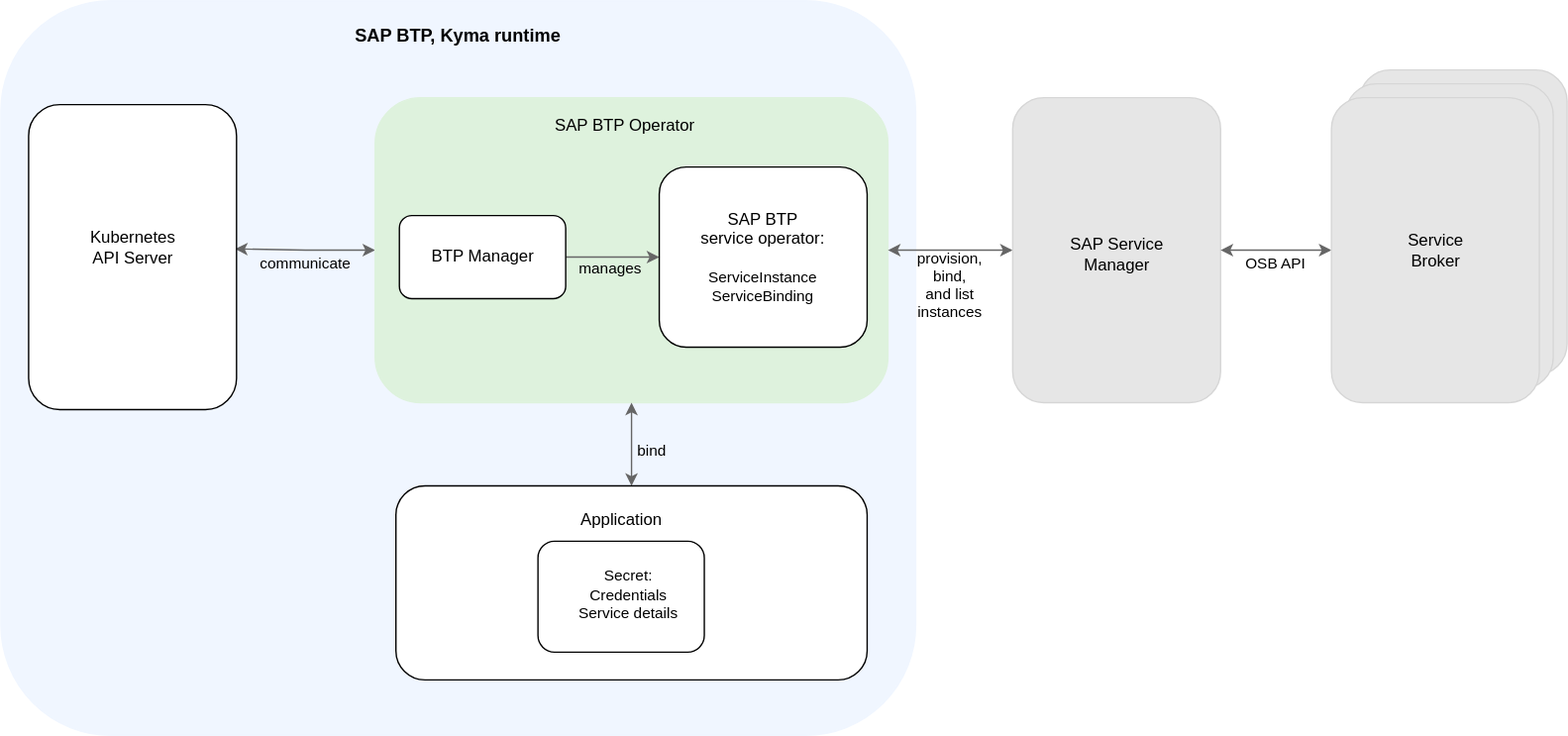
This is docs/assets/module_architecture.drawio.svg from kyma-project/btp-manager, a draw.io export, as it was before one commit. Source tidied: cells renumbered, new cells last; positions are measured from the earlier drawing's top-left corner, leaving out a move shared by most shapes.
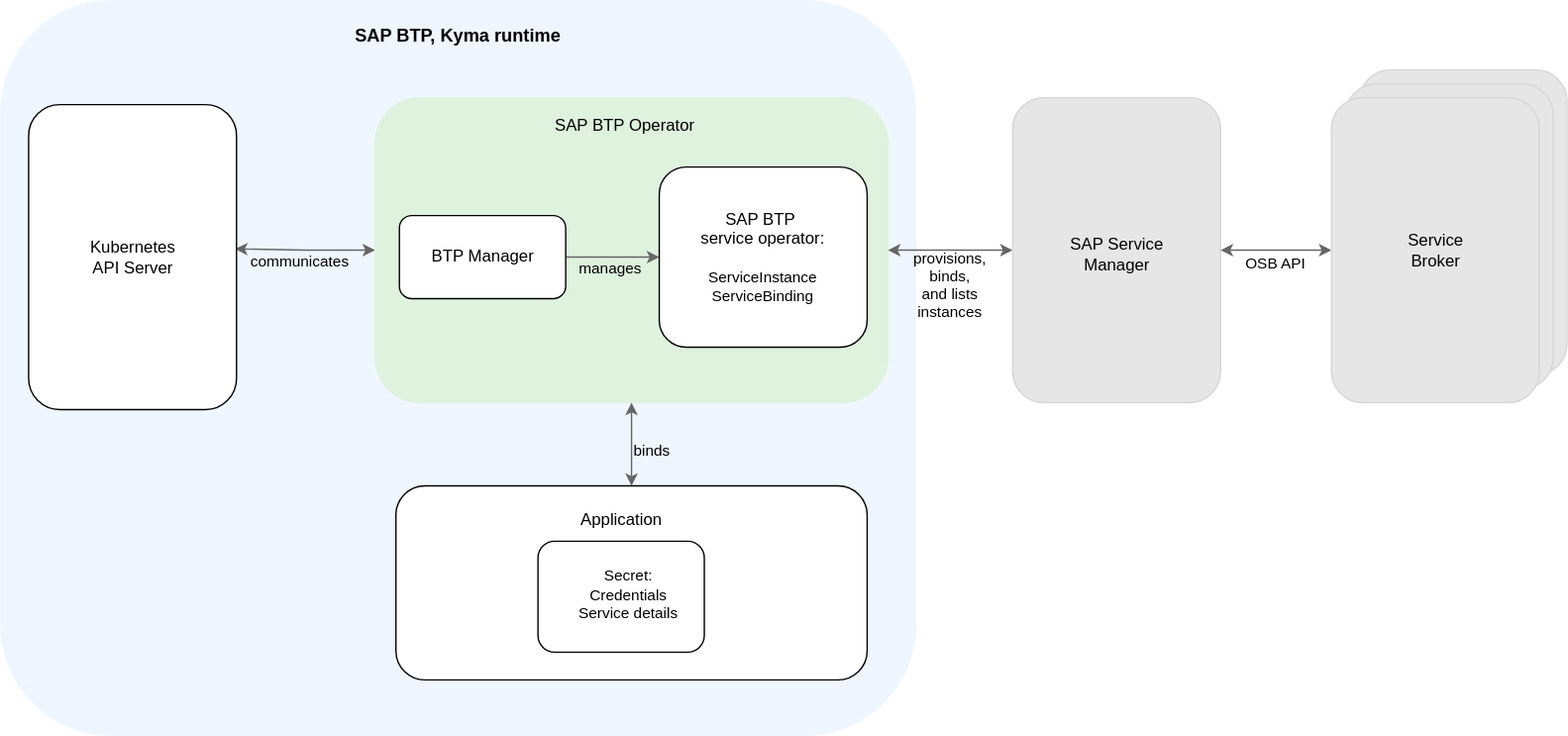
The same file after the commit.

The edit, as a diff of the source:
```diff
@@ -50,7 +50,7 @@
     <mxCell id="17" value="&lt;font style=&quot;font-size: 11px;&quot;&gt;Secret:&lt;/font&gt;&lt;div style=&quot;font-size: 11px;&quot;&gt;&lt;font style=&quot;font-size: 11px;&quot;&gt;Credentials&lt;/font&gt;&lt;/div&gt;&lt;div style=&quot;font-size: 11px;&quot;&gt;&lt;font style=&quot;font-size: 11px;&quot;&gt;Service details&lt;/font&gt;&lt;/div&gt;" style="text;html=1;align=center;verticalAlign=middle;whiteSpace=wrap;rounded=0;" parent="1" vertex="1">
       <mxGeometry x="407.5" y="415" width="90" height="25" as="geometry" />
     </mxCell>
-    <mxCell id="18" value="&lt;font style=&quot;font-size: 11px;&quot;&gt;bind&lt;/font&gt;" style="text;html=1;align=center;verticalAlign=middle;whiteSpace=wrap;rounded=0;" parent="1" vertex="1">
+    <mxCell id="18" value="&lt;font style=&quot;font-size: 11px;&quot;&gt;binds&lt;/font&gt;" style="text;html=1;align=center;verticalAlign=middle;whiteSpace=wrap;rounded=0;" parent="1" vertex="1">
       <mxGeometry x="440" y="310" width="60" height="30" as="geometry" />
     </mxCell>
     <mxCell id="19" style="edgeStyle=orthogonalEdgeStyle;rounded=1;jettySize=auto;html=1;entryX=1;entryY=0.5;entryDx=0;entryDy=0;exitX=0;exitY=0.5;exitDx=0;exitDy=0;startArrow=classic;startFill=1;curved=0;strokeColor=#666666;" parent="1" edge="1" source="20" target="7">
@@ -59,7 +59,7 @@
     <mxCell id="20" style="rounded=1;whiteSpace=wrap;html=1;strokeColor=#d6d6d6;fillColor=#e6e6e6;" parent="1" vertex="1">
       <mxGeometry x="730" y="70" width="150" height="220" as="geometry" />
     </mxCell>
-    <mxCell id="21" value="&lt;font style=&quot;font-size: 11px;&quot;&gt;provision,&lt;/font&gt;&lt;div style=&quot;font-size: 11px;&quot;&gt;&lt;font style=&quot;font-size: 11px;&quot;&gt;bind,&lt;/font&gt;&lt;/div&gt;&lt;div style=&quot;font-size: 11px;&quot;&gt;&lt;font style=&quot;font-size: 11px;&quot;&gt;and list instances&lt;/font&gt;&lt;/div&gt;" style="text;html=1;align=center;verticalAlign=middle;whiteSpace=wrap;rounded=0;" parent="1" vertex="1">
+    <mxCell id="21" value="&lt;font style=&quot;font-size: 11px;&quot;&gt;provisions,&lt;/font&gt;&lt;div style=&quot;font-size: 11px;&quot;&gt;&lt;font style=&quot;font-size: 11px;&quot;&gt;binds,&lt;/font&gt;&lt;/div&gt;&lt;div style=&quot;font-size: 11px;&quot;&gt;&lt;font style=&quot;font-size: 11px;&quot;&gt;and lists instances&lt;/font&gt;&lt;/div&gt;" style="text;html=1;align=center;verticalAlign=middle;whiteSpace=wrap;rounded=0;" parent="1" vertex="1">
       <mxGeometry x="660" y="177.5" width="50" height="55" as="geometry" />
     </mxCell>
     <mxCell id="22" style="edgeStyle=orthogonalEdgeStyle;rounded=1;jettySize=auto;html=1;startArrow=classic;startFill=1;curved=0;strokeColor=#666666;" parent="1" edge="1" source="23" target="20">
@@ -74,8 +74,8 @@
     <mxCell id="25" style="rounded=1;whiteSpace=wrap;html=1;" parent="1" vertex="1">
       <mxGeometry x="20" y="75" width="150" height="220" as="geometry" />
     </mxCell>
-    <mxCell id="26" value="Kubernetes&lt;br&gt;API Server" style="text;html=1;align=center;verticalAlign=middle;whiteSpace=wrap;rounded=0;" parent="1" vertex="1">
-      <mxGeometry x="62.5" y="165" width="65" height="25" as="geometry" />
+    <mxCell id="26" value="Kubernetes&lt;div&gt;API Server&lt;/div&gt;" style="text;html=1;align=center;verticalAlign=middle;whiteSpace=wrap;rounded=0;" parent="1" vertex="1">
+      <mxGeometry x="62.5" y="172.5" width="65" height="25" as="geometry" />
     </mxCell>
     <mxCell id="27" value="SAP Service Manager" style="text;html=1;align=center;verticalAlign=middle;whiteSpace=wrap;rounded=0;" parent="1" vertex="1">
       <mxGeometry x="767.5" y="165" width="75" height="35" as="geometry" />
@@ -83,8 +83,8 @@
     <mxCell id="28" value="Service Broker" style="text;html=1;align=center;verticalAlign=middle;whiteSpace=wrap;rounded=0;" parent="1" vertex="1">
       <mxGeometry x="1007.5" y="165" width="55" height="30" as="geometry" />
     </mxCell>
-    <mxCell id="29" value="communicate" style="text;html=1;align=center;verticalAlign=middle;whiteSpace=wrap;rounded=0;fontSize=11;" parent="1" vertex="1">
-      <mxGeometry x="190" y="175" width="60" height="30" as="geometry" />
+    <mxCell id="29" value="communicates" style="text;html=1;align=center;verticalAlign=middle;whiteSpace=wrap;rounded=0;fontSize=11;" parent="1" vertex="1">
+      <mxGeometry x="180.9" y="175" width="70" height="25" as="geometry" />
     </mxCell>
     <mxCell id="30" value="&lt;font style=&quot;font-size: 11px;&quot;&gt;manages&lt;/font&gt;" style="text;html=1;align=center;verticalAlign=middle;whiteSpace=wrap;rounded=0;" parent="1" vertex="1">
       <mxGeometry x="410" y="177.5" width="60" height="30" as="geometry" />
```
